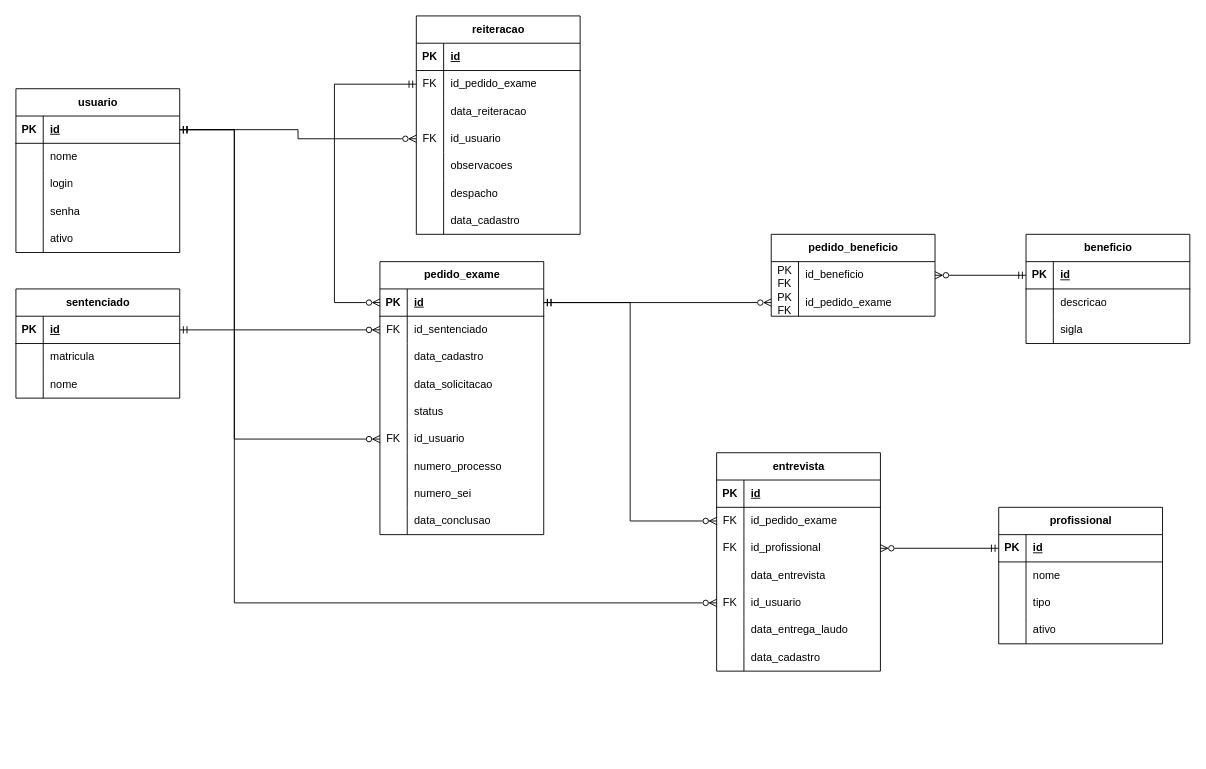
Above: banco/modelos/modelo_logico.drawio in lindomaranndrade/sigec (draw.io), before the change. Source tidied: cells renumbered, new cells numbered last; positions are measured from the earlier drawing's top-left corner, leaving out a move shared by most shapes. Both pictures are drawn from the tidied source at 91%, with x=0, y=0 at pixel (15, 15).
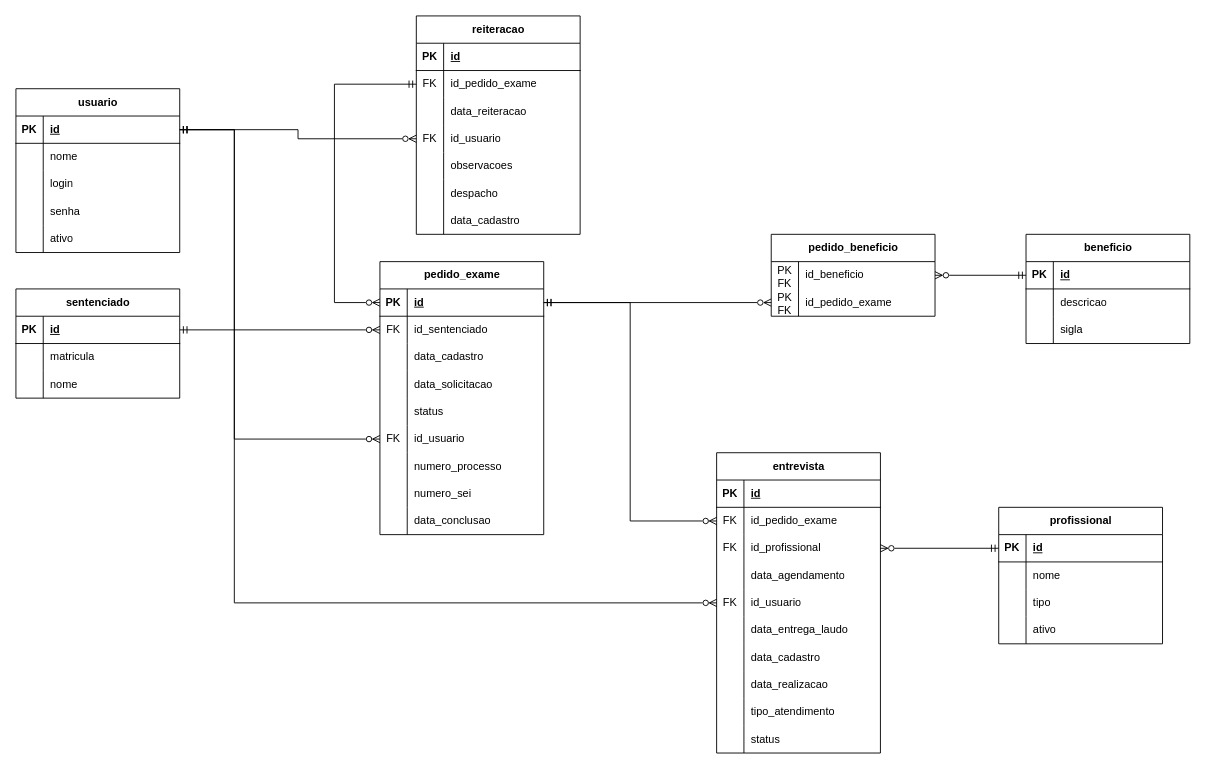
Above is the later version.

Commit message:
Ajusta estrutura de entrevistas e controle de agendamentos

The change refers to these unchanged cells:
```xml
<mxCell id="110" style="shape=tableRow;horizontal=0;startSize=0;swimlaneHead=0;swimlaneBody=0;fillColor=none;top=0;left=0;right=0;bottom=0;" parent="100" vertex="1">
  <mxGeometry y="120" width="180" height="30" as="geometry" />
</mxCell>
```

The edit, as a diff of the source:
```diff
@@
     <mxCell id="100" value="entrevista" style="shape=table;startSize=30;childLayout=tableLayout;rowLines=0;fontStyle=1;align=center;html=1;" parent="1" vertex="1">
-      <mxGeometry x="770" y="480" width="180" height="240" as="geometry" />
+      <mxGeometry x="770" y="480" width="180" height="330" as="geometry" />
     </mxCell>
@@
-    <mxCell id="112" value="data_entrevista" style="shape=partialRectangle;fillColor=none;top=0;left=0;bottom=0;right=0;align=left;spacingLeft=6;overflow=hidden;whiteSpace=wrap;html=1;" parent="110" vertex="1">
+    <mxCell id="112" value="data_agendamento" style="shape=partialRectangle;fillColor=none;top=0;left=0;bottom=0;right=0;align=left;spacingLeft=6;overflow=hidden;whiteSpace=wrap;html=1;" parent="110" vertex="1">
       <mxGeometry x="30" width="150" height="30" as="geometry" />
     </mxCell>
@@
+    <mxCell id="139" style="shape=tableRow;horizontal=0;startSize=0;swimlaneHead=0;swimlaneBody=0;fillColor=none;top=0;left=0;right=0;bottom=0;" parent="100" vertex="1">
+      <mxGeometry y="240" width="180" height="30" as="geometry" />
+    </mxCell>
+    <mxCell id="140" style="shape=partialRectangle;fillColor=none;top=0;left=0;bottom=0;right=0;overflow=hidden;whiteSpace=wrap;html=1;" parent="139" vertex="1">
+      <mxGeometry width="30" height="30" as="geometry" />
+    </mxCell>
+    <mxCell id="141" value="data_realizacao" style="shape=partialRectangle;fillColor=none;top=0;left=0;bottom=0;right=0;align=left;spacingLeft=6;overflow=hidden;whiteSpace=wrap;html=1;" parent="139" vertex="1">
+      <mxGeometry x="30" width="150" height="30" as="geometry" />
+    </mxCell>
+    <mxCell id="142" style="shape=tableRow;horizontal=0;startSize=0;swimlaneHead=0;swimlaneBody=0;fillColor=none;top=0;left=0;right=0;bottom=0;" parent="100" vertex="1">
+      <mxGeometry y="270" width="180" height="30" as="geometry" />
+    </mxCell>
+    <mxCell id="143" style="shape=partialRectangle;fillColor=none;top=0;left=0;bottom=0;right=0;overflow=hidden;whiteSpace=wrap;html=1;" parent="142" vertex="1">
+      <mxGeometry width="30" height="30" as="geometry" />
+    </mxCell>
+    <mxCell id="144" value="tipo_atendimento" style="shape=partialRectangle;fillColor=none;top=0;left=0;bottom=0;right=0;align=left;spacingLeft=6;overflow=hidden;whiteSpace=wrap;html=1;" parent="142" vertex="1">
+      <mxGeometry x="30" width="150" height="30" as="geometry" />
+    </mxCell>
+    <mxCell id="145" style="shape=tableRow;horizontal=0;startSize=0;swimlaneHead=0;swimlaneBody=0;fillColor=none;top=0;left=0;right=0;bottom=0;" parent="100" vertex="1">
+      <mxGeometry y="300" width="180" height="30" as="geometry" />
+    </mxCell>
+    <mxCell id="146" style="shape=partialRectangle;fillColor=none;top=0;left=0;bottom=0;right=0;overflow=hidden;whiteSpace=wrap;html=1;" parent="145" vertex="1">
+      <mxGeometry width="30" height="30" as="geometry" />
+    </mxCell>
+    <mxCell id="147" value="status" style="shape=partialRectangle;fillColor=none;top=0;left=0;bottom=0;right=0;align=left;spacingLeft=6;overflow=hidden;whiteSpace=wrap;html=1;" parent="145" vertex="1">
+      <mxGeometry x="30" width="150" height="30" as="geometry" />
+    </mxCell>
```
